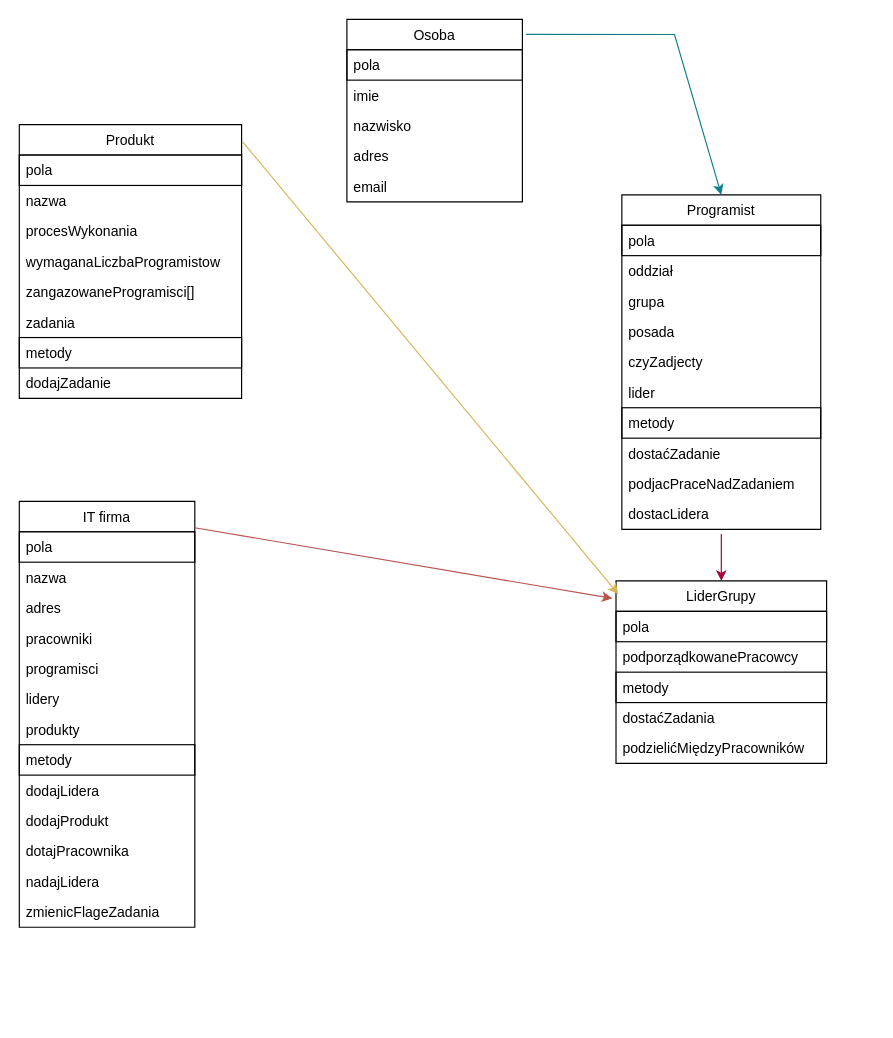
This is project/projectEdited.drawio from HoutarouM/2pM, a draw.io file, before an edit. Source tidied: cells renumbered, new cells numbered last; positions are measured from the earlier drawing's top-left corner, leaving out a move shared by most shapes. Both pictures are drawn from the tidied source at 117%, with x=0, y=0 at pixel (19, 19).
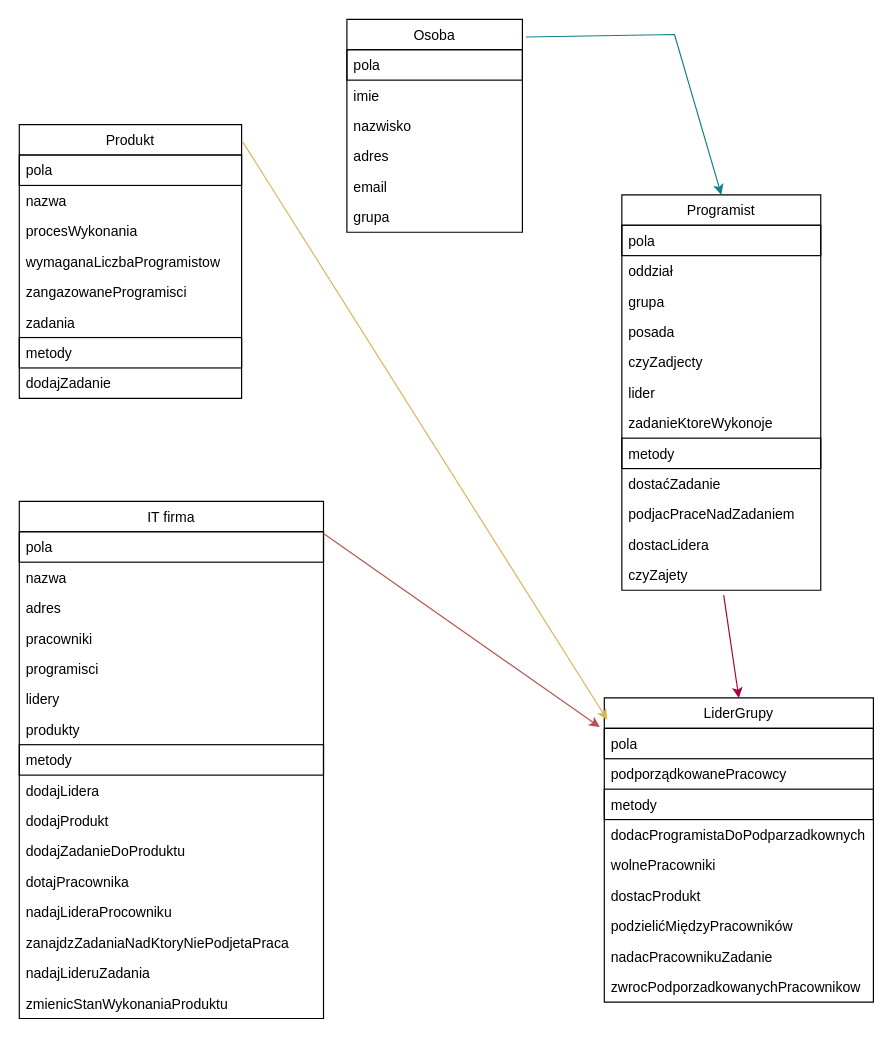
The same page after the edit.

The change refers to these unchanged cells:
```xml
<mxCell id="41" value="Produkt" style="swimlane;fontStyle=0;horizontal=1;startSize=26;fillColor=none;" parent="1" vertex="1">
  <mxGeometry y="90" width="190" height="234" as="geometry" />
</mxCell>
```

Change to the diagram source:
```diff
@@
     <mxCell id="2" value="IT firma" style="swimlane;fontStyle=0;horizontal=1;startSize=26;fillColor=none;" parent="1" vertex="1">
-      <mxGeometry y="412" width="150" height="364" as="geometry" />
+      <mxGeometry y="412" width="260" height="442" as="geometry" />
     </mxCell>
     <mxCell id="3" value="pola" style="text;strokeColor=default;fillColor=none;align=left;verticalAlign=top;spacingLeft=4;spacingRight=4;overflow=hidden;imageAspect=1;backgroundOutline=0;shadow=0;sketch=0;glass=0;rounded=0;" parent="2" vertex="1">
-      <mxGeometry y="26" width="150" height="26" as="geometry" />
+      <mxGeometry y="26" width="260" height="26" as="geometry" />
     </mxCell>
     <mxCell id="4" value="nazwa" style="text;strokeColor=none;fillColor=none;align=left;verticalAlign=top;spacingLeft=4;spacingRight=4;overflow=hidden;" parent="2" vertex="1">
-      <mxGeometry y="52" width="150" height="26" as="geometry" />
+      <mxGeometry y="52" width="260" height="26" as="geometry" />
     </mxCell>
     <mxCell id="5" value="adres" style="text;strokeColor=none;fillColor=none;align=left;verticalAlign=top;spacingLeft=4;spacingRight=4;overflow=hidden;" parent="2" vertex="1">
-      <mxGeometry y="78" width="150" height="26" as="geometry" />
+      <mxGeometry y="78" width="260" height="26" as="geometry" />
     </mxCell>
     <mxCell id="6" value="pracowniki" style="text;strokeColor=none;fillColor=none;align=left;verticalAlign=top;spacingLeft=4;spacingRight=4;overflow=hidden;" parent="2" vertex="1">
-      <mxGeometry y="104" width="150" height="26" as="geometry" />
+      <mxGeometry y="104" width="260" height="26" as="geometry" />
     </mxCell>
     <mxCell id="7" value="programisci" style="text;strokeColor=none;fillColor=none;align=left;verticalAlign=top;spacingLeft=4;spacingRight=4;overflow=hidden;" parent="2" vertex="1">
-      <mxGeometry y="130" width="150" height="26" as="geometry" />
+      <mxGeometry y="130" width="260" height="26" as="geometry" />
     </mxCell>
     <mxCell id="8" value="lidery" style="text;strokeColor=none;fillColor=none;align=left;verticalAlign=top;spacingLeft=4;spacingRight=4;overflow=hidden;" parent="2" vertex="1">
-      <mxGeometry y="156" width="150" height="26" as="geometry" />
+      <mxGeometry y="156" width="260" height="26" as="geometry" />
     </mxCell>
     <mxCell id="9" value="produkty" style="text;strokeColor=none;fillColor=none;align=left;verticalAlign=top;spacingLeft=4;spacingRight=4;overflow=hidden;" parent="2" vertex="1">
-      <mxGeometry y="182" width="150" height="26" as="geometry" />
+      <mxGeometry y="182" width="260" height="26" as="geometry" />
     </mxCell>
     <mxCell id="10" value="metody" style="text;strokeColor=default;fillColor=none;align=left;verticalAlign=top;spacingLeft=4;spacingRight=4;overflow=hidden;imageAspect=1;backgroundOutline=0;shadow=0;sketch=0;glass=0;rounded=0;" parent="2" vertex="1">
-      <mxGeometry y="208" width="150" height="26" as="geometry" />
+      <mxGeometry y="208" width="260" height="26" as="geometry" />
     </mxCell>
     <mxCell id="11" value="dodajLidera" style="text;strokeColor=none;fillColor=none;align=left;verticalAlign=top;spacingLeft=4;spacingRight=4;overflow=hidden;" parent="2" vertex="1">
-      <mxGeometry y="234" width="150" height="26" as="geometry" />
+      <mxGeometry y="234" width="260" height="26" as="geometry" />
     </mxCell>
     <mxCell id="12" value="dodajProdukt" style="text;strokeColor=none;fillColor=none;align=left;verticalAlign=top;spacingLeft=4;spacingRight=4;overflow=hidden;" parent="2" vertex="1">
-      <mxGeometry y="260" width="150" height="26" as="geometry" />
+      <mxGeometry y="260" width="260" height="26" as="geometry" />
     </mxCell>
+    <mxCell id="52" value="dodajZadanieDoProduktu" style="text;strokeColor=none;fillColor=none;align=left;verticalAlign=top;spacingLeft=4;spacingRight=4;overflow=hidden;" parent="2" vertex="1">
+      <mxGeometry y="286" width="260" height="26" as="geometry" />
+    </mxCell>
     <mxCell id="13" value="dotajPracownika" style="text;strokeColor=none;fillColor=none;align=left;verticalAlign=top;spacingLeft=4;spacingRight=4;overflow=hidden;" parent="2" vertex="1">
-      <mxGeometry y="286" width="150" height="26" as="geometry" />
+      <mxGeometry y="312" width="260" height="26" as="geometry" />
     </mxCell>
-    <mxCell id="14" value="nadajLidera" style="text;strokeColor=none;fillColor=none;align=left;verticalAlign=top;spacingLeft=4;spacingRight=4;overflow=hidden;" parent="2" vertex="1">
-      <mxGeometry y="312" width="150" height="26" as="geometry" />
+    <mxCell id="14" value="nadajLideraProcowniku" style="text;strokeColor=none;fillColor=none;align=left;verticalAlign=top;spacingLeft=4;spacingRight=4;overflow=hidden;" parent="2" vertex="1">
+      <mxGeometry y="338" width="260" height="26" as="geometry" />
     </mxCell>
+    <mxCell id="53" value="zanajdzZadaniaNadKtoryNiePodjetaPraca" style="text;strokeColor=none;fillColor=none;align=left;verticalAlign=top;spacingLeft=4;spacingRight=4;overflow=hidden;" parent="2" vertex="1">
+      <mxGeometry y="364" width="260" height="26" as="geometry" />
+    </mxCell>
+    <mxCell id="54" value="nadajLideruZadania" style="text;strokeColor=none;fillColor=none;align=left;verticalAlign=top;spacingLeft=4;spacingRight=4;overflow=hidden;" parent="2" vertex="1">
+      <mxGeometry y="390" width="260" height="26" as="geometry" />
+    </mxCell>
-    <mxCell id="15" value="zmienicFlageZadania" style="text;strokeColor=none;fillColor=none;align=left;verticalAlign=top;spacingLeft=4;spacingRight=4;overflow=hidden;" parent="2" vertex="1">
-      <mxGeometry y="338" width="150" height="26" as="geometry" />
+    <mxCell id="15" value="zmienicStanWykonaniaProduktu" style="text;strokeColor=none;fillColor=none;align=left;verticalAlign=top;spacingLeft=4;spacingRight=4;overflow=hidden;" parent="2" vertex="1">
+      <mxGeometry y="416" width="260" height="26" as="geometry" />
     </mxCell>
     <mxCell id="16" value="Osoba" style="swimlane;fontStyle=0;horizontal=1;startSize=26;fillColor=none;" parent="1" vertex="1">
-      <mxGeometry x="280" width="150" height="156" as="geometry" />
+      <mxGeometry x="280" width="150" height="182" as="geometry" />
     </mxCell>
@@
+    <mxCell id="55" value="grupa" style="text;strokeColor=none;fillColor=none;align=left;verticalAlign=top;spacingLeft=4;spacingRight=4;overflow=hidden;" parent="16" vertex="1">
+      <mxGeometry y="156" width="150" height="26" as="geometry" />
+    </mxCell>
     <mxCell id="22" value="Programist" style="swimlane;fontStyle=0;horizontal=1;startSize=26;fillColor=none;" parent="1" vertex="1">
-      <mxGeometry x="515" y="150" width="170" height="286" as="geometry" />
+      <mxGeometry x="515" y="150" width="170" height="338" as="geometry" />
     </mxCell>
@@
+    <mxCell id="56" value="zadanieKtoreWykonoje" style="text;strokeColor=none;fillColor=none;align=left;verticalAlign=top;spacingLeft=4;spacingRight=4;overflow=hidden;" parent="22" vertex="1">
+      <mxGeometry y="182" width="170" height="26" as="geometry" />
+    </mxCell>
     <mxCell id="29" value="metody" style="text;strokeColor=default;fillColor=none;align=left;verticalAlign=top;spacingLeft=4;spacingRight=4;overflow=hidden;imageAspect=1;backgroundOutline=0;shadow=0;sketch=0;glass=0;rounded=0;" parent="22" vertex="1">
-      <mxGeometry y="182" width="170" height="26" as="geometry" />
+      <mxGeometry y="208" width="170" height="26" as="geometry" />
     </mxCell>
     <mxCell id="30" value="dostaćZadanie" style="text;strokeColor=none;fillColor=none;align=left;verticalAlign=top;spacingLeft=4;spacingRight=4;overflow=hidden;" parent="22" vertex="1">
-      <mxGeometry y="208" width="170" height="26" as="geometry" />
+      <mxGeometry y="234" width="170" height="26" as="geometry" />
     </mxCell>
     <mxCell id="31" value="podjacPraceNadZadaniem" style="text;strokeColor=none;fillColor=none;align=left;verticalAlign=top;spacingLeft=4;spacingRight=4;overflow=hidden;" parent="22" vertex="1">
-      <mxGeometry y="234" width="170" height="26" as="geometry" />
+      <mxGeometry y="260" width="170" height="26" as="geometry" />
     </mxCell>
     <mxCell id="32" value="dostacLidera" style="text;strokeColor=none;fillColor=none;align=left;verticalAlign=top;spacingLeft=4;spacingRight=4;overflow=hidden;" parent="22" vertex="1">
-      <mxGeometry y="260" width="170" height="26" as="geometry" />
+      <mxGeometry y="286" width="170" height="26" as="geometry" />
     </mxCell>
+    <mxCell id="57" value="czyZajety" style="text;strokeColor=none;fillColor=none;align=left;verticalAlign=top;spacingLeft=4;spacingRight=4;overflow=hidden;points=[[0,0.5],[1,0.5]];portConstraint=eastwest;" parent="22" vertex="1">
+      <mxGeometry y="312" width="170" height="26" as="geometry" />
+    </mxCell>
@@
     <mxCell id="34" value="LiderGrupy" style="swimlane;fontStyle=0;horizontal=1;startSize=26;fillColor=none;" parent="1" vertex="1">
-      <mxGeometry x="510" y="480" width="180" height="156" as="geometry" />
+      <mxGeometry x="500" y="580" width="230" height="260" as="geometry" />
     </mxCell>
     <mxCell id="35" value="pola" style="text;strokeColor=default;fillColor=none;align=left;verticalAlign=top;spacingLeft=4;spacingRight=4;overflow=hidden;imageAspect=1;backgroundOutline=0;shadow=0;sketch=0;glass=0;rounded=0;" parent="34" vertex="1">
-      <mxGeometry y="26" width="180" height="26" as="geometry" />
+      <mxGeometry y="26" width="230" height="26" as="geometry" />
     </mxCell>
     <mxCell id="36" value="podporządkowanePracowcy" style="text;strokeColor=none;fillColor=none;align=left;verticalAlign=top;spacingLeft=4;spacingRight=4;overflow=hidden;" parent="34" vertex="1">
-      <mxGeometry y="52" width="180" height="26" as="geometry" />
+      <mxGeometry y="52" width="230" height="26" as="geometry" />
     </mxCell>
     <mxCell id="37" value="metody" style="text;strokeColor=default;fillColor=none;align=left;verticalAlign=top;spacingLeft=4;spacingRight=4;overflow=hidden;imageAspect=1;backgroundOutline=0;shadow=0;sketch=0;glass=0;rounded=0;" parent="34" vertex="1">
-      <mxGeometry y="78" width="180" height="26" as="geometry" />
+      <mxGeometry y="78" width="230" height="26" as="geometry" />
     </mxCell>
+    <mxCell id="58" value="dodacProgramistaDoPodparzadkownych" style="text;strokeColor=none;fillColor=none;align=left;verticalAlign=top;spacingLeft=4;spacingRight=4;overflow=hidden;" parent="34" vertex="1">
+      <mxGeometry y="104" width="230" height="26" as="geometry" />
+    </mxCell>
+    <mxCell id="59" value="wolnePracowniki" style="text;strokeColor=none;fillColor=none;align=left;verticalAlign=top;spacingLeft=4;spacingRight=4;overflow=hidden;" parent="34" vertex="1">
+      <mxGeometry y="130" width="230" height="26" as="geometry" />
+    </mxCell>
+    <mxCell id="60" value="dostacProdukt" style="text;strokeColor=none;fillColor=none;align=left;verticalAlign=top;spacingLeft=4;spacingRight=4;overflow=hidden;" parent="34" vertex="1">
+      <mxGeometry y="156" width="230" height="26" as="geometry" />
+    </mxCell>
+    <mxCell id="39" value="podzielićMiędzyPracowników" style="text;strokeColor=none;fillColor=none;align=left;verticalAlign=top;spacingLeft=4;spacingRight=4;overflow=hidden;" parent="34" vertex="1">
+      <mxGeometry y="182" width="230" height="26" as="geometry" />
+    </mxCell>
-    <mxCell id="38" value="dostaćZadania" style="text;strokeColor=none;fillColor=none;align=left;verticalAlign=top;spacingLeft=4;spacingRight=4;overflow=hidden;" parent="34" vertex="1">
-      <mxGeometry y="104" width="180" height="26" as="geometry" />
+    <mxCell id="38" value="nadacPracownikuZadanie" style="text;strokeColor=none;fillColor=none;align=left;verticalAlign=top;spacingLeft=4;spacingRight=4;overflow=hidden;" parent="34" vertex="1">
+      <mxGeometry y="208" width="230" height="26" as="geometry" />
     </mxCell>
-    <mxCell id="39" value="podzielićMiędzyPracowników" style="text;strokeColor=none;fillColor=none;align=left;verticalAlign=top;spacingLeft=4;spacingRight=4;overflow=hidden;" parent="34" vertex="1">
-      <mxGeometry y="130" width="180" height="26" as="geometry" />
-    </mxCell>
+    <mxCell id="61" value="zwrocPodporzadkowanychPracownikow" style="text;strokeColor=none;fillColor=none;align=left;verticalAlign=top;spacingLeft=4;spacingRight=4;overflow=hidden;" parent="34" vertex="1">
+      <mxGeometry y="234" width="230" height="26" as="geometry" />
+    </mxCell>
-    <mxCell id="40" style="endArrow=classic;html=1;rounded=0;entryX=0.5;entryY=0;entryDx=0;entryDy=0;fillColor=#d80073;strokeColor=#A50040;" parent="1" edge="1" target="34">
-      <mxGeometry relative="1" as="geometry">
-        <mxPoint x="600" y="440" as="sourcePoint" />
-      </mxGeometry>
+    <mxCell id="40" style="endArrow=classic;html=1;rounded=0;entryX=0.5;entryY=0;entryDx=0;entryDy=0;fillColor=#d80073;strokeColor=#A50040;exitX=0.512;exitY=1.162;exitDx=0;exitDy=0;exitPerimeter=0;" parent="1" edge="1" source="57" target="34">
+      <mxGeometry relative="1" as="geometry" />
     </mxCell>
@@
-    <mxCell id="46" value="zangazowaneProgramisci[]" style="text;strokeColor=none;fillColor=none;align=left;verticalAlign=top;spacingLeft=4;spacingRight=4;overflow=hidden;" parent="41" vertex="1">
+    <mxCell id="46" value="zangazowaneProgramisci" style="text;strokeColor=none;fillColor=none;align=left;verticalAlign=top;spacingLeft=4;spacingRight=4;overflow=hidden;" parent="41" vertex="1">
       <mxGeometry y="130" width="190" height="26" as="geometry" />
     </mxCell>
```
